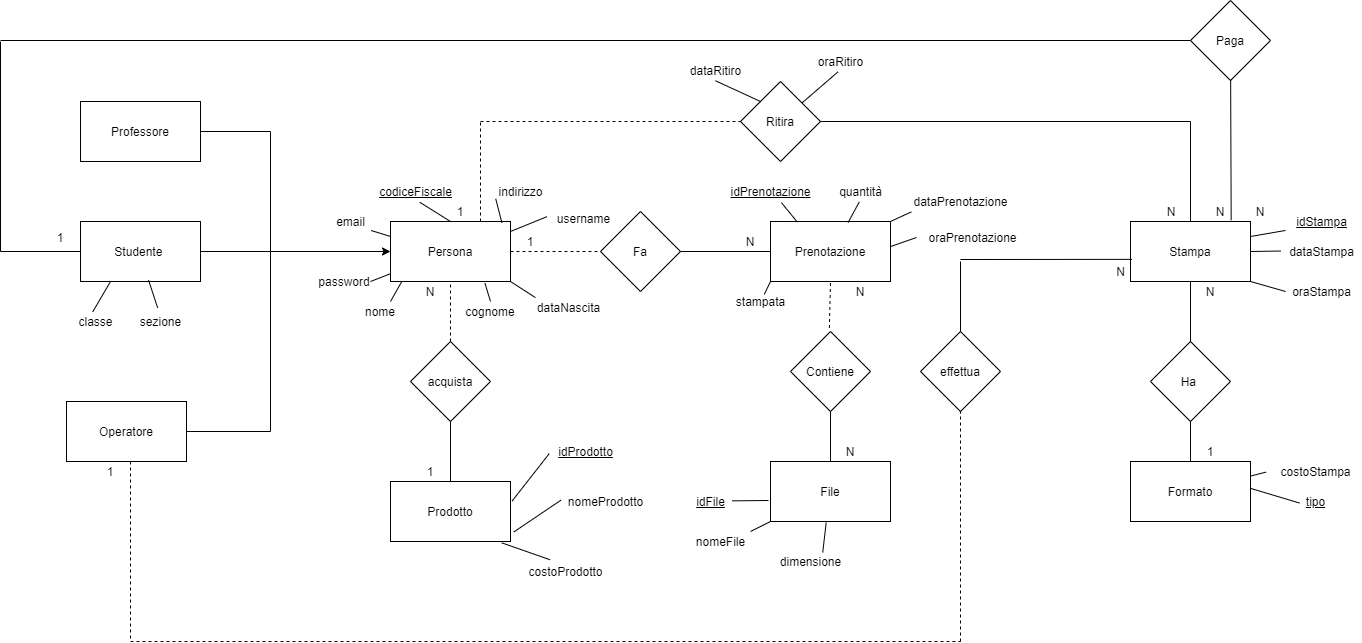
Above: Documentazione/Progettazione/ER.png in Depog/ProgettoInformatica (draw.io), before the change. Source tidied: cells renumbered, new cells last; positions are measured from the earlier drawing's top-left corner, leaving out a move shared by most shapes.
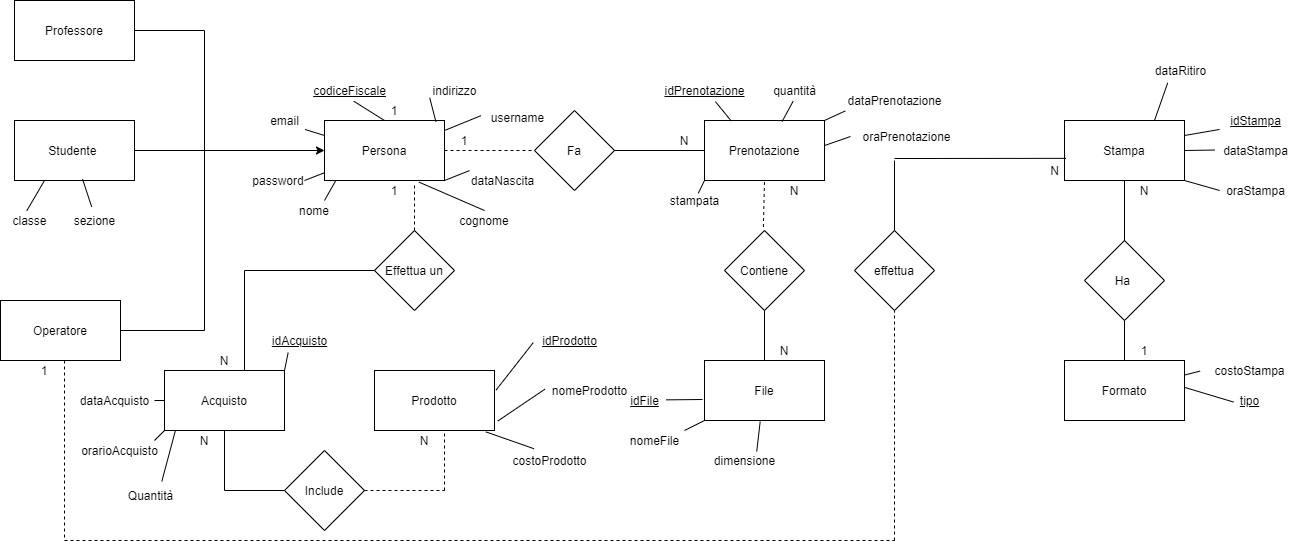
Above is the later version.

Change to the diagram source:
```diff
@@ -44,9 +44,6 @@
     <mxCell id="15" value="1" style="text;html=1;strokeColor=none;fillColor=none;align=center;verticalAlign=middle;whiteSpace=wrap;rounded=0;" parent="1" vertex="1">
       <mxGeometry x="1190" y="441" width="40" height="20" as="geometry" />
     </mxCell>
-    <mxCell id="16" value="Ritira" style="rhombus;whiteSpace=wrap;html=1;" parent="1" vertex="1">
-      <mxGeometry x="740" y="81" width="80" height="80" as="geometry" />
-    </mxCell>
     <mxCell id="17" value="costoStampa" style="text;html=1;align=center;verticalAlign=middle;points=[];" parent="1" vertex="1">
       <mxGeometry x="1270" y="461" width="90" height="20" as="geometry" />
     </mxCell>
@@ -71,86 +68,39 @@
     <mxCell id="24" value="1" style="text;html=1;strokeColor=none;fillColor=none;align=center;verticalAlign=middle;whiteSpace=wrap;rounded=0;" parent="1" vertex="1">
       <mxGeometry x="510" y="231" width="40" height="20" as="geometry" />
     </mxCell>
-    <mxCell id="25" style="endArrow=none;dashed=1;html=1;entryX=0;entryY=0.5;entryDx=0;entryDy=0;" parent="1" edge="1" target="16">
-      <mxGeometry relative="1" as="geometry">
-        <mxPoint x="480" y="121" as="sourcePoint" />
-      </mxGeometry>
-    </mxCell>
-    <mxCell id="26" style="endArrow=none;dashed=1;html=1;exitX=0.75;exitY=0;exitDx=0;exitDy=0;" parent="1" edge="1" source="19">
-      <mxGeometry relative="1" as="geometry">
-        <mxPoint x="480" y="121" as="targetPoint" />
-      </mxGeometry>
-    </mxCell>
-    <mxCell id="27" style="endArrow=none;html=1;exitX=1;exitY=0.5;exitDx=0;exitDy=0;" parent="1" edge="1" source="16">
-      <mxGeometry relative="1" as="geometry">
-        <mxPoint x="1190" y="121" as="targetPoint" />
-      </mxGeometry>
-    </mxCell>
-    <mxCell id="28" style="endArrow=none;html=1;exitX=0.5;exitY=0;exitDx=0;exitDy=0;" parent="1" edge="1" source="12">
-      <mxGeometry relative="1" as="geometry">
-        <mxPoint x="1190" y="121" as="targetPoint" />
-      </mxGeometry>
-    </mxCell>
-    <mxCell id="29" value="N" style="text;html=1;strokeColor=none;fillColor=none;align=center;verticalAlign=middle;whiteSpace=wrap;rounded=0;" parent="1" vertex="1">
-      <mxGeometry x="1151" y="201" width="40" height="20" as="geometry" />
-    </mxCell>
     <mxCell id="30" value="1" style="text;html=1;strokeColor=none;fillColor=none;align=center;verticalAlign=middle;whiteSpace=wrap;rounded=0;" parent="1" vertex="1">
       <mxGeometry x="440" y="201" width="40" height="20" as="geometry" />
     </mxCell>
-    <mxCell id="31" value="acquista" style="rhombus;whiteSpace=wrap;html=1;" parent="1" vertex="1">
-      <mxGeometry x="410" y="341" width="80" height="80" as="geometry" />
+    <mxCell id="31" value="Effettua un" style="rhombus;whiteSpace=wrap;html=1;" parent="1" vertex="1">
+      <mxGeometry x="440" y="331" width="80" height="80" as="geometry" />
     </mxCell>
     <mxCell id="32" value="Prodotto" style="rounded=0;whiteSpace=wrap;html=1;" parent="1" vertex="1">
-      <mxGeometry x="390" y="481" width="120" height="60" as="geometry" />
+      <mxGeometry x="440" y="471" width="120" height="60" as="geometry" />
     </mxCell>
-    <mxCell id="33" style="endArrow=none;dashed=1;html=1;entryX=0.5;entryY=1;entryDx=0;entryDy=0;exitX=0.5;exitY=0;exitDx=0;exitDy=0;" parent="1" edge="1" source="31" target="19">
+    <mxCell id="33" style="endArrow=none;dashed=1;html=1;entryX=1;entryY=0.25;entryDx=0;entryDy=0;exitX=0.5;exitY=0;exitDx=0;exitDy=0;" parent="1" edge="1" source="31" target="36">
       <mxGeometry relative="1" as="geometry" />
     </mxCell>
-    <mxCell id="34" style="endArrow=none;html=1;entryX=0.5;entryY=1;entryDx=0;entryDy=0;exitX=0.5;exitY=0;exitDx=0;exitDy=0;" parent="1" edge="1" source="32" target="31">
-      <mxGeometry relative="1" as="geometry" />
-    </mxCell>
-    <mxCell id="35" value="1" style="text;html=1;strokeColor=none;fillColor=none;align=center;verticalAlign=middle;whiteSpace=wrap;rounded=0;" parent="1" vertex="1">
-      <mxGeometry x="410" y="461" width="40" height="20" as="geometry" />
+    <mxCell id="35" value="N" style="text;html=1;strokeColor=none;fillColor=none;align=center;verticalAlign=middle;whiteSpace=wrap;rounded=0;" parent="1" vertex="1">
+      <mxGeometry x="270" y="451" width="40" height="20" as="geometry" />
     </mxCell>
-    <mxCell id="36" value="N" style="text;html=1;strokeColor=none;fillColor=none;align=center;verticalAlign=middle;whiteSpace=wrap;rounded=0;" parent="1" vertex="1">
-      <mxGeometry x="410" y="281" width="40" height="20" as="geometry" />
+    <mxCell id="36" value="1" style="text;html=1;strokeColor=none;fillColor=none;align=center;verticalAlign=middle;whiteSpace=wrap;rounded=0;" parent="1" vertex="1">
+      <mxGeometry x="440" y="281" width="40" height="20" as="geometry" />
     </mxCell>
     <mxCell id="37" value="Studente&amp;nbsp;" style="rounded=0;whiteSpace=wrap;html=1;" parent="1" vertex="1">
       <mxGeometry x="80" y="221" width="120" height="60" as="geometry" />
     </mxCell>
-    <mxCell id="38" value="Paga" style="rhombus;whiteSpace=wrap;html=1;" parent="1" vertex="1">
-      <mxGeometry x="1190" width="80" height="80" as="geometry" />
-    </mxCell>
-    <mxCell id="39" style="endArrow=none;html=1;entryX=0;entryY=0.5;entryDx=0;entryDy=0;" parent="1" edge="1" target="38">
-      <mxGeometry relative="1" as="geometry">
-        <mxPoint y="40" as="sourcePoint" />
-      </mxGeometry>
-    </mxCell>
-    <mxCell id="40" style="endArrow=none;html=1;exitX=0.839;exitY=-0.022;exitDx=0;exitDy=0;exitPerimeter=0;" parent="1" edge="1" source="12" target="38">
-      <mxGeometry relative="1" as="geometry" />
-    </mxCell>
     <mxCell id="41" style="endArrow=classic;html=1;entryX=0;entryY=0.5;entryDx=0;entryDy=0;" parent="1" edge="1" target="19">
       <mxGeometry relative="1" as="geometry">
         <mxPoint x="270" y="251" as="sourcePoint" />
       </mxGeometry>
     </mxCell>
-    <mxCell id="42" value="N" style="text;html=1;strokeColor=none;fillColor=none;align=center;verticalAlign=middle;whiteSpace=wrap;rounded=0;" parent="1" vertex="1">
-      <mxGeometry x="1200" y="201" width="40" height="20" as="geometry" />
-    </mxCell>
-    <mxCell id="43" value="1" style="text;html=1;strokeColor=none;fillColor=none;align=center;verticalAlign=middle;whiteSpace=wrap;rounded=0;" parent="1" vertex="1">
-      <mxGeometry x="40" y="227" width="40" height="20" as="geometry" />
-    </mxCell>
-    <mxCell id="44" value="N" style="text;html=1;strokeColor=none;fillColor=none;align=center;verticalAlign=middle;whiteSpace=wrap;rounded=0;" parent="1" vertex="1">
-      <mxGeometry x="1240" y="201" width="40" height="20" as="geometry" />
-    </mxCell>
     <mxCell id="45" style="endArrow=none;dashed=1;html=1;entryX=0.5;entryY=1;entryDx=0;entryDy=0;exitX=0.486;exitY=-0.044;exitDx=0;exitDy=0;exitPerimeter=0;" parent="1" edge="1" source="3" target="2">
       <mxGeometry relative="1" as="geometry" />
     </mxCell>
-    <mxCell id="46" value="&lt;u&gt;codiceFiscale&lt;/u&gt;" style="text;html=1;align=center;verticalAlign=middle;points=[];" parent="1" vertex="1">
-      <mxGeometry x="370" y="181" width="90" height="20" as="geometry" />
-    </mxCell>
-    <mxCell id="47" style="endArrow=none;html=1;entryX=0.547;entryY=1.036;entryDx=0;entryDy=0;entryPerimeter=0;exitX=0.5;exitY=0;exitDx=0;exitDy=0;" parent="1" edge="1" source="19" target="46">
-      <mxGeometry relative="1" as="geometry" />
+    <mxCell id="47" style="endArrow=none;html=1;entryX=0.547;entryY=1.036;entryDx=0;entryDy=0;entryPerimeter=0;exitX=0.5;exitY=0;exitDx=0;exitDy=0;" parent="1" edge="1" source="19">
+      <mxGeometry relative="1" as="geometry">
+        <mxPoint x="419.2" y="201.7" as="targetPoint" />
+      </mxGeometry>
     </mxCell>
     <mxCell id="48" value="email" style="text;html=1;align=center;verticalAlign=middle;points=[];" parent="1" vertex="1">
       <mxGeometry x="330" y="211" width="40" height="20" as="geometry" />
@@ -162,7 +112,7 @@
       <mxGeometry x="360" y="301" width="40" height="20" as="geometry" />
     </mxCell>
     <mxCell id="51" value="cognome" style="text;html=1;strokeColor=none;fillColor=none;align=center;verticalAlign=middle;whiteSpace=wrap;rounded=0;" parent="1" vertex="1">
-      <mxGeometry x="470" y="301" width="40" height="20" as="geometry" />
+      <mxGeometry x="530" y="311" width="40" height="20" as="geometry" />
     </mxCell>
     <mxCell id="52" style="endArrow=none;html=1;entryX=1.013;entryY=0.948;entryDx=0;entryDy=0;entryPerimeter=0;exitX=0;exitY=0.25;exitDx=0;exitDy=0;" parent="1" edge="1" source="19" target="48">
       <mxGeometry relative="1" as="geometry" />
@@ -284,13 +234,13 @@
       <mxGeometry relative="1" as="geometry" />
     </mxCell>
     <mxCell id="87" value="&lt;u&gt;idProdotto&lt;/u&gt;" style="text;html=1;align=center;verticalAlign=middle;points=[];" parent="1" vertex="1">
-      <mxGeometry x="550" y="441" width="70" height="20" as="geometry" />
+      <mxGeometry x="600" y="431" width="70" height="20" as="geometry" />
     </mxCell>
     <mxCell id="88" value="nomeProdotto" style="text;html=1;align=center;verticalAlign=middle;points=[];" parent="1" vertex="1">
-      <mxGeometry x="560" y="491" width="90" height="20" as="geometry" />
+      <mxGeometry x="610" y="481" width="90" height="20" as="geometry" />
     </mxCell>
     <mxCell id="89" value="costoProdotto" style="text;html=1;align=center;verticalAlign=middle;points=[];" parent="1" vertex="1">
-      <mxGeometry x="520" y="561" width="90" height="20" as="geometry" />
+      <mxGeometry x="570" y="551" width="90" height="20" as="geometry" />
     </mxCell>
     <mxCell id="90" style="endArrow=none;html=1;entryX=-0.018;entryY=0.607;entryDx=0;entryDy=0;entryPerimeter=0;exitX=1.014;exitY=0.324;exitDx=0;exitDy=0;exitPerimeter=0;" parent="1" edge="1" source="32" target="87">
       <mxGeometry relative="1" as="geometry" />
@@ -301,18 +251,6 @@
     <mxCell id="92" style="endArrow=none;html=1;entryX=0.927;entryY=1.022;entryDx=0;entryDy=0;entryPerimeter=0;exitX=0.328;exitY=-0.088;exitDx=0;exitDy=0;exitPerimeter=0;" parent="1" edge="1" source="89" target="32">
       <mxGeometry relative="1" as="geometry" />
     </mxCell>
-    <mxCell id="93" value="dataRitiro" style="text;html=1;align=center;verticalAlign=middle;points=[];" parent="1" vertex="1">
-      <mxGeometry x="680" y="60" width="70" height="20" as="geometry" />
-    </mxCell>
-    <mxCell id="94" value="oraRitiro" style="text;html=1;align=center;verticalAlign=middle;points=[];" parent="1" vertex="1">
-      <mxGeometry x="810" y="51" width="60" height="20" as="geometry" />
-    </mxCell>
-    <mxCell id="95" style="endArrow=none;html=1;entryX=0.456;entryY=1.024;entryDx=0;entryDy=0;entryPerimeter=0;" parent="1" edge="1" source="16" target="94">
-      <mxGeometry relative="1" as="geometry" />
-    </mxCell>
-    <mxCell id="96" style="endArrow=none;html=1;entryX=0.499;entryY=1.012;entryDx=0;entryDy=0;entryPerimeter=0;exitX=0;exitY=0;exitDx=0;exitDy=0;" parent="1" edge="1" source="16" target="93">
-      <mxGeometry relative="1" as="geometry" />
-    </mxCell>
     <mxCell id="97" value="Professore" style="rounded=0;whiteSpace=wrap;html=1;" parent="1" vertex="1">
       <mxGeometry x="80" y="101" width="120" height="60" as="geometry" />
     </mxCell>
@@ -326,17 +264,6 @@
         <mxPoint x="270" y="131" as="targetPoint" />
       </mxGeometry>
     </mxCell>
-    <mxCell id="100" style="endArrow=none;html=1;entryX=0;entryY=0.5;entryDx=0;entryDy=0;" parent="1" edge="1" target="37">
-      <mxGeometry relative="1" as="geometry">
-        <mxPoint y="251" as="sourcePoint" />
-      </mxGeometry>
-    </mxCell>
-    <mxCell id="101" style="endArrow=none;html=1;" parent="1" edge="1">
-      <mxGeometry relative="1" as="geometry">
-        <mxPoint y="251" as="sourcePoint" />
-        <mxPoint y="41" as="targetPoint" />
-      </mxGeometry>
-    </mxCell>
     <mxCell id="102" style="endArrow=none;html=1;" parent="1" edge="1">
       <mxGeometry relative="1" as="geometry">
         <mxPoint x="270" y="251" as="sourcePoint" />
@@ -380,7 +307,7 @@
       <mxGeometry relative="1" as="geometry" />
     </mxCell>
     <mxCell id="112" value="dataNascita" style="text;html=1;align=center;verticalAlign=middle;points=[];" parent="1" vertex="1">
-      <mxGeometry x="528" y="297" width="80" height="20" as="geometry" />
+      <mxGeometry x="528" y="271" width="80" height="20" as="geometry" />
     </mxCell>
     <mxCell id="113" style="endArrow=none;html=1;entryX=1;entryY=1;entryDx=0;entryDy=0;exitX=0.087;exitY=0.006;exitDx=0;exitDy=0;exitPerimeter=0;" parent="1" edge="1" source="112" target="19">
       <mxGeometry relative="1" as="geometry" />
@@ -391,5 +318,85 @@
     <mxCell id="115" style="endArrow=none;html=1;entryX=-0.023;entryY=0.41;entryDx=0;entryDy=0;entryPerimeter=0;exitX=0;exitY=0;exitDx=0;exitDy=0;" parent="1" edge="1" source="24" target="114">
       <mxGeometry relative="1" as="geometry" />
     </mxCell>
+    <mxCell id="116" value="Acquisto" style="rounded=0;whiteSpace=wrap;html=1;" parent="1" vertex="1">
+      <mxGeometry x="230" y="471" width="120" height="60" as="geometry" />
+    </mxCell>
+    <mxCell id="117" style="endArrow=none;html=1;entryX=0;entryY=0.5;entryDx=0;entryDy=0;" parent="1" edge="1" target="31">
+      <mxGeometry relative="1" as="geometry">
+        <mxPoint x="310" y="371" as="sourcePoint" />
+      </mxGeometry>
+    </mxCell>
+    <mxCell id="118" style="endArrow=none;html=1;" parent="1" edge="1">
+      <mxGeometry relative="1" as="geometry">
+        <mxPoint x="310" y="471" as="sourcePoint" />
+        <mxPoint x="310" y="371" as="targetPoint" />
+      </mxGeometry>
+    </mxCell>
+    <mxCell id="119" value="Include" style="rhombus;whiteSpace=wrap;html=1;" parent="1" vertex="1">
+      <mxGeometry x="350" y="551" width="80" height="80" as="geometry" />
+    </mxCell>
+    <mxCell id="120" style="endArrow=none;html=1;entryX=0.5;entryY=1;entryDx=0;entryDy=0;" parent="1" edge="1" target="116">
+      <mxGeometry relative="1" as="geometry">
+        <mxPoint x="290" y="591" as="sourcePoint" />
+      </mxGeometry>
+    </mxCell>
+    <mxCell id="121" style="endArrow=none;html=1;entryX=0;entryY=0.5;entryDx=0;entryDy=0;" parent="1" edge="1" target="119">
+      <mxGeometry relative="1" as="geometry">
+        <mxPoint x="290" y="591" as="sourcePoint" />
+      </mxGeometry>
+    </mxCell>
+    <mxCell id="122" value="N" style="text;html=1;strokeColor=none;fillColor=none;align=center;verticalAlign=middle;whiteSpace=wrap;rounded=0;" parent="1" vertex="1">
+      <mxGeometry x="470" y="531" width="40" height="20" as="geometry" />
+    </mxCell>
+    <mxCell id="123" value="N" style="text;html=1;strokeColor=none;fillColor=none;align=center;verticalAlign=middle;whiteSpace=wrap;rounded=0;" parent="1" vertex="1">
+      <mxGeometry x="250" y="531" width="40" height="20" as="geometry" />
+    </mxCell>
+    <mxCell id="124" value="&lt;u&gt;idAcquisto&lt;/u&gt;" style="text;html=1;align=center;verticalAlign=middle;points=[];" parent="1" vertex="1">
+      <mxGeometry x="330" y="431" width="70" height="20" as="geometry" />
+    </mxCell>
+    <mxCell id="125" style="endArrow=none;html=1;entryX=0.338;entryY=1.108;entryDx=0;entryDy=0;entryPerimeter=0;exitX=1;exitY=0;exitDx=0;exitDy=0;" parent="1" edge="1" source="116" target="124">
+      <mxGeometry relative="1" as="geometry" />
+    </mxCell>
+    <mxCell id="126" value="dataAcquisto" style="text;html=1;align=center;verticalAlign=middle;" parent="1" vertex="1">
+      <mxGeometry x="140" y="491" width="80" height="20" as="geometry" />
+    </mxCell>
+    <mxCell id="127" style="endArrow=none;html=1;entryX=0;entryY=0.5;entryDx=0;entryDy=0;" parent="1" edge="1" target="116">
+      <mxGeometry relative="1" as="geometry">
+        <mxPoint x="220" y="501" as="sourcePoint" />
+      </mxGeometry>
+    </mxCell>
+    <mxCell id="128" value="orarioAcquisto" style="text;html=1;align=center;verticalAlign=middle;" parent="1" vertex="1">
+      <mxGeometry x="140" y="541" width="90" height="20" as="geometry" />
+    </mxCell>
+    <mxCell id="129" style="endArrow=none;html=1;entryX=0;entryY=1;entryDx=0;entryDy=0;" parent="1" edge="1" target="116">
+      <mxGeometry relative="1" as="geometry">
+        <mxPoint x="220" y="541" as="sourcePoint" />
+      </mxGeometry>
+    </mxCell>
+    <mxCell id="130" value="Quantità" style="text;html=1;align=center;verticalAlign=middle;points=[];" parent="1" vertex="1">
+      <mxGeometry x="186" y="586" width="60" height="20" as="geometry" />
+    </mxCell>
+    <mxCell id="131" style="endArrow=none;html=1;entryX=0.092;entryY=0.992;entryDx=0;entryDy=0;entryPerimeter=0;exitX=0.689;exitY=-0.208;exitDx=0;exitDy=0;exitPerimeter=0;" parent="1" edge="1" source="130" target="116">
+      <mxGeometry relative="1" as="geometry" />
+    </mxCell>
+    <mxCell id="132" style="endArrow=none;dashed=1;html=1;entryX=1;entryY=0;entryDx=0;entryDy=0;" parent="1" edge="1" target="122">
+      <mxGeometry relative="1" as="geometry">
+        <mxPoint x="510" y="591" as="sourcePoint" />
+      </mxGeometry>
+    </mxCell>
+    <mxCell id="133" style="endArrow=none;dashed=1;html=1;exitX=1;exitY=0.5;exitDx=0;exitDy=0;" parent="1" edge="1" source="119">
+      <mxGeometry relative="1" as="geometry">
+        <mxPoint x="510" y="591" as="targetPoint" />
+      </mxGeometry>
+    </mxCell>
+    <mxCell id="93" value="dataRitiro" style="text;html=1;align=center;verticalAlign=middle;points=[];" parent="1" vertex="1">
+      <mxGeometry x="1211" y="161" width="70" height="20" as="geometry" />
+    </mxCell>
+    <mxCell id="134" style="endArrow=none;html=1;entryX=0.75;entryY=0;entryDx=0;entryDy=0;exitX=0.317;exitY=1.12;exitDx=0;exitDy=0;exitPerimeter=0;" parent="1" edge="1" source="93" target="12">
+      <mxGeometry relative="1" as="geometry" />
+    </mxCell>
+    <mxCell id="46" value="&lt;u&gt;codiceFiscale&lt;/u&gt;" style="text;html=1;align=center;verticalAlign=middle;points=[];" parent="1" vertex="1">
+      <mxGeometry x="370" y="181" width="90" height="20" as="geometry" />
+    </mxCell>
   </root>
 </mxGraphModel>
```
